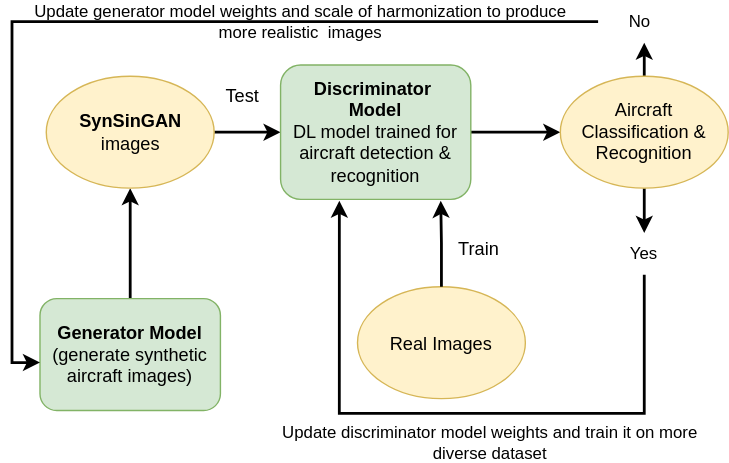
Earlier version of the draw.io export flowdiagram.svg (Faryalaurooj/Super-Resolution-using-Single-Image-GAN). Source tidied: cells renumbered, new cells last; positions are measured from the earlier drawing's top-left corner, leaving out a move shared by most shapes.
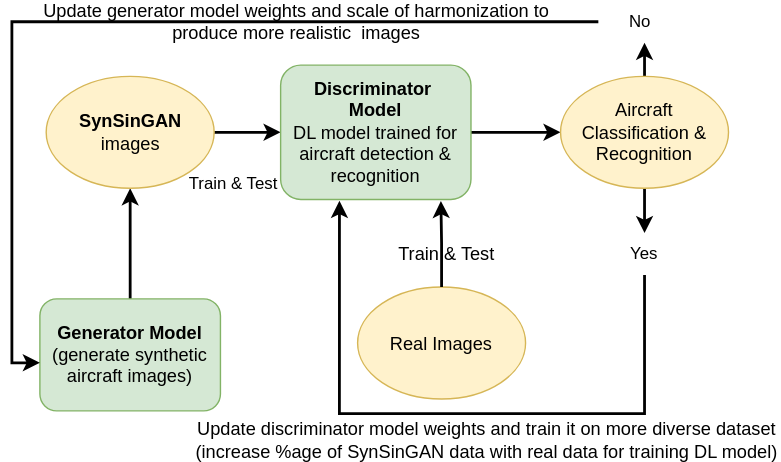
Above is the later version.

Change to the diagram source:
```diff
@@ -40,20 +40,20 @@
     <mxCell id="13" value="No" style="text;html=1;align=center;verticalAlign=middle;whiteSpace=wrap;rounded=0;strokeWidth=2;" parent="1" vertex="1">
       <mxGeometry x="409" width="60" height="30" as="geometry" />
     </mxCell>
-    <mxCell id="14" value="&lt;font style=&quot;font-size: 13px;&quot;&gt;Train&lt;/font&gt;" style="text;html=1;align=center;verticalAlign=middle;whiteSpace=wrap;rounded=0;" parent="1" vertex="1">
-      <mxGeometry x="294" y="162" width="60" height="30" as="geometry" />
+    <mxCell id="14" value="&lt;font style=&quot;font-size: 13px;&quot;&gt;&amp;nbsp;Train &amp;amp; Test&lt;br&gt;&lt;/font&gt;" style="text;html=1;align=center;verticalAlign=middle;whiteSpace=wrap;rounded=0;" parent="1" vertex="1">
+      <mxGeometry x="255" y="166" width="88" height="30" as="geometry" />
     </mxCell>
-    <mxCell id="15" value="&lt;font style=&quot;font-size: 13px;&quot;&gt;Test&lt;/font&gt;" style="text;html=1;align=center;verticalAlign=middle;whiteSpace=wrap;rounded=0;" parent="1" vertex="1">
-      <mxGeometry x="125" y="53" width="60" height="30" as="geometry" />
+    <mxCell id="15" value="Train &amp;amp; Test" style="text;html=1;align=center;verticalAlign=middle;whiteSpace=wrap;rounded=0;" parent="1" vertex="1">
+      <mxGeometry x="109" y="116" width="79" height="30" as="geometry" />
     </mxCell>
     <mxCell id="16" style="edgeStyle=orthogonalEdgeStyle;rounded=0;jettySize=auto;html=1;entryX=0;entryY=0.571;entryDx=0;entryDy=0;entryPerimeter=0;strokeWidth=2;" parent="1" edge="1" source="13" target="3">
       <mxGeometry relative="1" as="geometry" />
     </mxCell>
-    <mxCell id="17" value="Update generator model weights and scale of harmonization to produce more realistic&amp;nbsp; images" style="text;html=1;align=center;verticalAlign=middle;whiteSpace=wrap;rounded=0;strokeWidth=2;" parent="1" vertex="1">
-      <mxGeometry width="393" height="30" as="geometry" />
+    <mxCell id="17" value="&lt;font style=&quot;font-size: 13px;&quot;&gt;Update generator model weights and scale of harmonization to produce more realistic&amp;nbsp; images&lt;/font&gt;" style="text;html=1;align=center;verticalAlign=middle;whiteSpace=wrap;rounded=0;strokeWidth=2;" parent="1" vertex="1">
+      <mxGeometry x="-3" width="393" height="30" as="geometry" />
     </mxCell>
-    <mxCell id="18" value="Update discriminator model weights and train it on more diverse dataset" style="text;html=1;align=center;verticalAlign=middle;whiteSpace=wrap;rounded=0;rotation=0;" parent="1" vertex="1">
-      <mxGeometry x="166" y="301" width="332" height="30" as="geometry" />
+    <mxCell id="18" value="&lt;font style=&quot;font-size: 13px;&quot;&gt;Update discriminator model weights and train it on more diverse dataset (increase %age of SynSinGAN data with real data for training DL model)&lt;/font&gt;" style="text;html=1;align=center;verticalAlign=middle;whiteSpace=wrap;rounded=0;rotation=0;" parent="1" vertex="1">
+      <mxGeometry x="119" y="299" width="421" height="30" as="geometry" />
     </mxCell>
     <mxCell id="19" style="edgeStyle=orthogonalEdgeStyle;rounded=0;jettySize=auto;html=1;exitX=0.5;exitY=0;exitDx=0;exitDy=0;entryX=0.842;entryY=1.011;entryDx=0;entryDy=0;entryPerimeter=0;strokeWidth=2;" parent="1" edge="1" source="8" target="7">
       <mxGeometry relative="1" as="geometry" />
```
